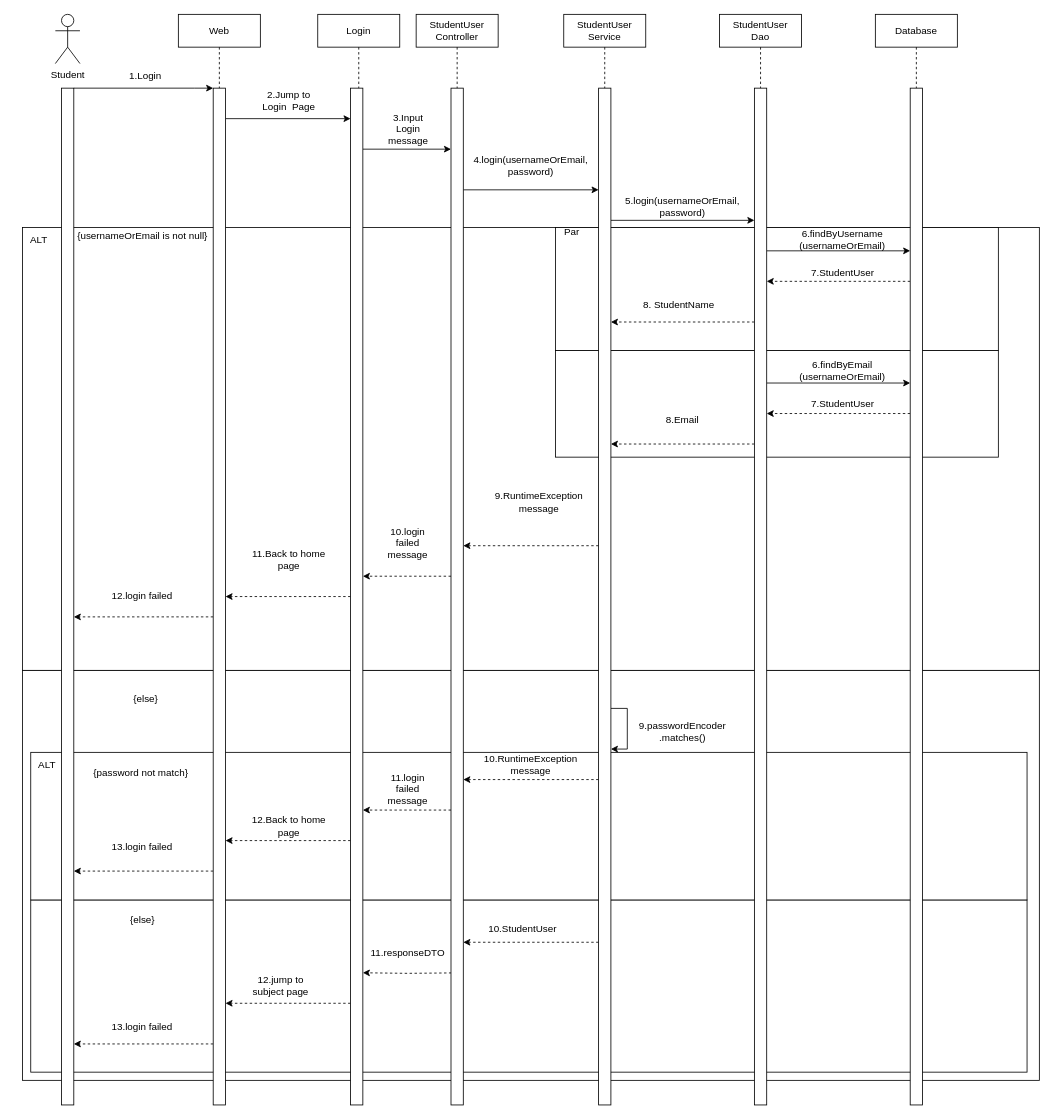
This is Login.drawio from vriusc/Intelligent-Tutoring-System, a draw.io file, before an edit. Source tidied: cells renumbered, new cells numbered last; positions are measured from the earlier drawing's top-left corner, leaving out a move shared by most shapes. Both pictures are drawn from the tidied source at 82%, with x=0, y=0 at pixel (14, 14).
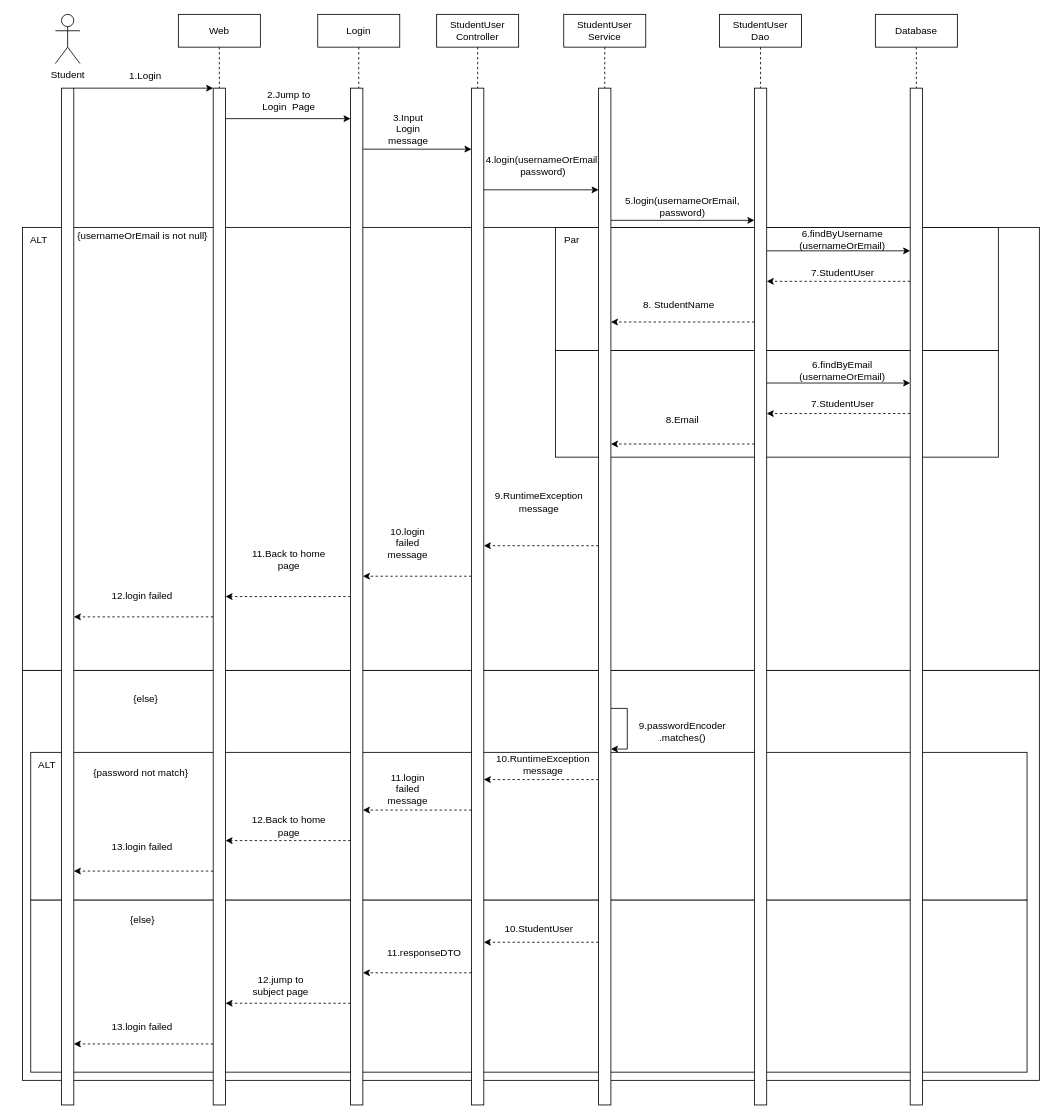
Above is the later version.

Unchanged cells that the change refers to:
```xml
<mxCell id="32" style="rounded=0;whiteSpace=wrap;html=1;points=[[0,0,0,0,0],[0,0.03,0,0,0],[0,0.06,0,0,0],[0,0.1,0,0,0],[0,0.13,0,0,0],[0,0.16,0,0,0],[0,0.19,0,0,0],[0,0.23,0,0,0],[0,0.25,0,0,0],[0,0.26,0,0,0],[0,0.29,0,0,0],[0,0.32,0,0,0],[0,0.35,0,0,0],[0,0.39,0,0,0],[0,0.42,0,0,0],[0,0.45,0,0,0],[0,0.48,0,0,0],[0,0.5,0,0,0],[0,0.52,0,0,0],[0,0.55,0,0,0],[0,0.58,0,0,0],[0,0.61,0,0,0],[0,0.65,0,0,0],[0,0.68,0,0,0],[0,0.71,0,0,0],[0,0.74,0,0,0],[0,0.75,0,0,0],[0,0.77,0,0,0],[0,0.81,0,0,0],[0,0.84,0,0,0],[0,0.87,0,0,0],[0,0.9,0,0,0],[0,0.94,0,0,0],[0,0.97,0,0,0],[0,1,0,0,0],[0.25,0,0,0,0],[0.25,1,0,0,0],[0.5,0,0,0,0],[0.5,1,0,0,0],[0.75,0,0,0,0],[0.75,1,0,0,0],[1,0,0,0,0],[1,0.03,0,0,0],[1,0.06,0,0,0],[1,0.1,0,0,0],[1,0.13,0,0,0],[1,0.16,0,0,0],[1,0.19,0,0,0],[1,0.23,0,0,0],[1,0.25,0,0,0],[1,0.26,0,0,0],[1,0.29,0,0,0],[1,0.32,0,0,0],[1,0.35,0,0,0],[1,0.39,0,0,0],[1,0.42,0,0,0],[1,0.45,0,0,0],[1,0.48,0,0,0],[1,0.5,0,0,0],[1,0.52,0,0,0],[1,0.55,0,0,0],[1,0.58,0,0,0],[1,0.61,0,0,0],[1,0.65,0,0,0],[1,0.68,0,0,0],[1,0.71,0,0,0],[1,0.74,0,0,0],[1,0.75,0,0,0],[1,0.77,0,0,0],[1,0.81,0,0,0],[1,0.84,0,0,0],[1,0.87,0,0,0],[1,0.9,0,0,0],[1,0.94,0,0,0],[1,0.97,0,0,0],[1,1,0,0,0]];" parent="1" vertex="1">
  <mxGeometry x="410" y="90" width="15" height="1240" as="geometry" />
</mxCell>
```

Change to the diagram source:
```diff
@@
     <mxCell id="7" value="StudentUser&lt;br&gt;Controller" style="shape=umlLifeline;perimeter=lifelinePerimeter;whiteSpace=wrap;html=1;newEdgeStyle={&quot;edgeStyle&quot;:&quot;elbowEdgeStyle&quot;,&quot;elbow&quot;:&quot;vertical&quot;,&quot;curved&quot;:0,&quot;rounded&quot;:0};size=40;" parent="1" vertex="1">
-      <mxGeometry x="490" width="100" height="550" as="geometry" />
+      <mxGeometry x="515" width="100" height="550" as="geometry" />
     </mxCell>
@@
     <mxCell id="18" value="4.login(usernameOrEmail, password)" style="text;html=1;strokeColor=none;fillColor=none;align=center;verticalAlign=middle;whiteSpace=wrap;rounded=0;" parent="1" vertex="1">
-      <mxGeometry x="565" y="170" width="130" height="30" as="geometry" />
+      <mxGeometry x="580" y="170" width="130" height="30" as="geometry" />
     </mxCell>
@@
-    <mxCell id="36" style="edgeStyle=orthogonalEdgeStyle;rounded=0;jettySize=auto;html=1;entryX=1;entryY=0.87;entryDx=0;entryDy=0;entryPerimeter=0;dashed=1;" parent="1" edge="1" target="32">
-      <mxGeometry relative="1" as="geometry">
-        <mxPoint x="533" y="1169" as="sourcePoint" />
-      </mxGeometry>
+    <mxCell id="36" style="edgeStyle=orthogonalEdgeStyle;rounded=0;jettySize=auto;html=1;entryX=1;entryY=0.87;entryDx=0;entryDy=0;entryPerimeter=0;dashed=1;exitX=0;exitY=0.87;exitDx=0;exitDy=0;exitPerimeter=0;" parent="1" edge="1" source="38" target="32">
+      <mxGeometry relative="1" as="geometry" />
     </mxCell>
@@
     <mxCell id="38" style="rounded=0;whiteSpace=wrap;html=1;points=[[0,0,0,0,0],[0,0.03,0,0,0],[0,0.06,0,0,0],[0,0.1,0,0,0],[0,0.13,0,0,0],[0,0.16,0,0,0],[0,0.19,0,0,0],[0,0.23,0,0,0],[0,0.25,0,0,0],[0,0.26,0,0,0],[0,0.29,0,0,0],[0,0.32,0,0,0],[0,0.35,0,0,0],[0,0.39,0,0,0],[0,0.42,0,0,0],[0,0.45,0,0,0],[0,0.48,0,0,0],[0,0.5,0,0,0],[0,0.52,0,0,0],[0,0.55,0,0,0],[0,0.58,0,0,0],[0,0.61,0,0,0],[0,0.65,0,0,0],[0,0.68,0,0,0],[0,0.71,0,0,0],[0,0.74,0,0,0],[0,0.75,0,0,0],[0,0.77,0,0,0],[0,0.81,0,0,0],[0,0.84,0,0,0],[0,0.87,0,0,0],[0,0.9,0,0,0],[0,0.94,0,0,0],[0,0.97,0,0,0],[0,1,0,0,0],[0.25,0,0,0,0],[0.25,1,0,0,0],[0.5,0,0,0,0],[0.5,1,0,0,0],[0.75,0,0,0,0],[0.75,1,0,0,0],[1,0,0,0,0],[1,0.03,0,0,0],[1,0.06,0,0,0],[1,0.1,0,0,0],[1,0.13,0,0,0],[1,0.16,0,0,0],[1,0.19,0,0,0],[1,0.23,0,0,0],[1,0.25,0,0,0],[1,0.26,0,0,0],[1,0.29,0,0,0],[1,0.32,0,0,0],[1,0.35,0,0,0],[1,0.39,0,0,0],[1,0.42,0,0,0],[1,0.45,0,0,0],[1,0.48,0,0,0],[1,0.5,0,0,0],[1,0.52,0,0,0],[1,0.55,0,0,0],[1,0.58,0,0,0],[1,0.61,0,0,0],[1,0.65,0,0,0],[1,0.68,0,0,0],[1,0.71,0,0,0],[1,0.74,0,0,0],[1,0.75,0,0,0],[1,0.77,0,0,0],[1,0.81,0,0,0],[1,0.84,0,0,0],[1,0.87,0,0,0],[1,0.9,0,0,0],[1,0.94,0,0,0],[1,0.97,0,0,0],[1,1,0,0,0]];" parent="1" vertex="1">
-      <mxGeometry x="532.5" y="90" width="15" height="1240" as="geometry" />
+      <mxGeometry x="557.5" y="90" width="15" height="1240" as="geometry" />
     </mxCell>
@@
     <mxCell id="53" value="Par" style="text;html=1;strokeColor=none;fillColor=none;align=center;verticalAlign=middle;whiteSpace=wrap;rounded=0;" parent="1" vertex="1">
-      <mxGeometry x="650" y="250" width="60" height="30" as="geometry" />
+      <mxGeometry x="650" y="260" width="60" height="30" as="geometry" />
     </mxCell>
@@
     <mxCell id="65" value="&lt;span style=&quot;orphans: 2; text-align: center; text-indent: 0px; widows: 2; text-decoration-thickness: initial; text-decoration-style: initial; text-decoration-color: initial; float: none; display: inline !important;&quot;&gt;10.RuntimeException&lt;/span&gt;&lt;br style=&quot;border-color: rgb(0, 0, 0); orphans: 2; text-align: center; text-indent: 0px; widows: 2; text-decoration-thickness: initial; text-decoration-style: initial; text-decoration-color: initial;&quot;&gt;&lt;span style=&quot;orphans: 2; text-align: center; text-indent: 0px; widows: 2; text-decoration-thickness: initial; text-decoration-style: initial; text-decoration-color: initial; float: none; display: inline !important;&quot;&gt;message&lt;/span&gt;" style="text;html=1;strokeColor=none;fillColor=none;align=center;verticalAlign=middle;whiteSpace=wrap;rounded=0;" parent="1" vertex="1">
-      <mxGeometry x="600" y="900" width="60" height="30" as="geometry" />
+      <mxGeometry x="615" y="900" width="60" height="30" as="geometry" />
     </mxCell>
@@
     <mxCell id="68" value="10.StudentUser" style="text;html=1;strokeColor=none;fillColor=none;align=center;verticalAlign=middle;whiteSpace=wrap;rounded=0;" parent="1" vertex="1">
-      <mxGeometry x="590" y="1100" width="60" height="30" as="geometry" />
+      <mxGeometry x="610" y="1100" width="60" height="30" as="geometry" />
     </mxCell>
     <mxCell id="69" value="11.responseDTO" style="text;html=1;strokeColor=none;fillColor=none;align=center;verticalAlign=middle;whiteSpace=wrap;rounded=0;" parent="1" vertex="1">
-      <mxGeometry x="450" y="1130" width="60" height="30" as="geometry" />
+      <mxGeometry x="470" y="1130" width="60" height="30" as="geometry" />
     </mxCell>
```
